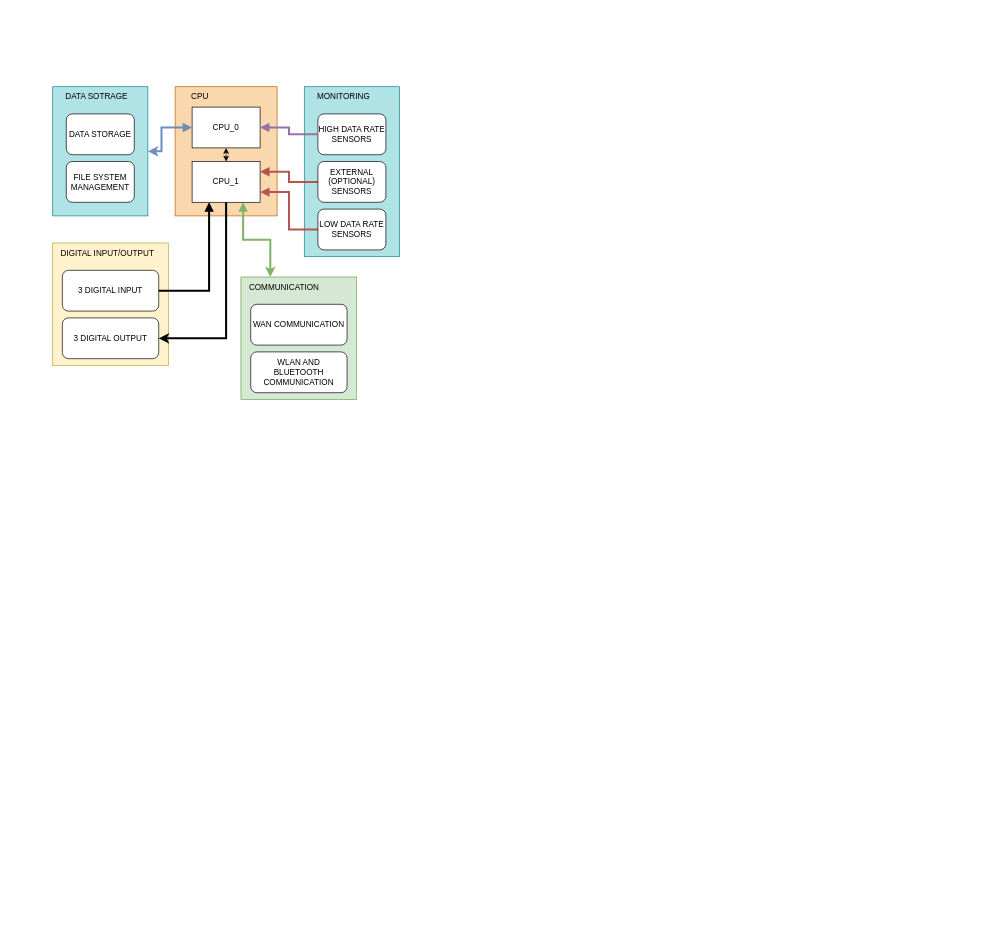
Earlier version of the draw.io diagram Untitled Diagram.drawio (mehranMoslemi/mehranMoslemi). Source tidied: cells renumbered, new cells numbered last; positions are measured from the earlier drawing's top-left corner, leaving out a move shared by most shapes. Both pictures are drawn from the tidied source at 68%, with x=0, y=0 at pixel (52, 86). Pictures stored in the file or linked from it are replaced by grey dashed boxes.
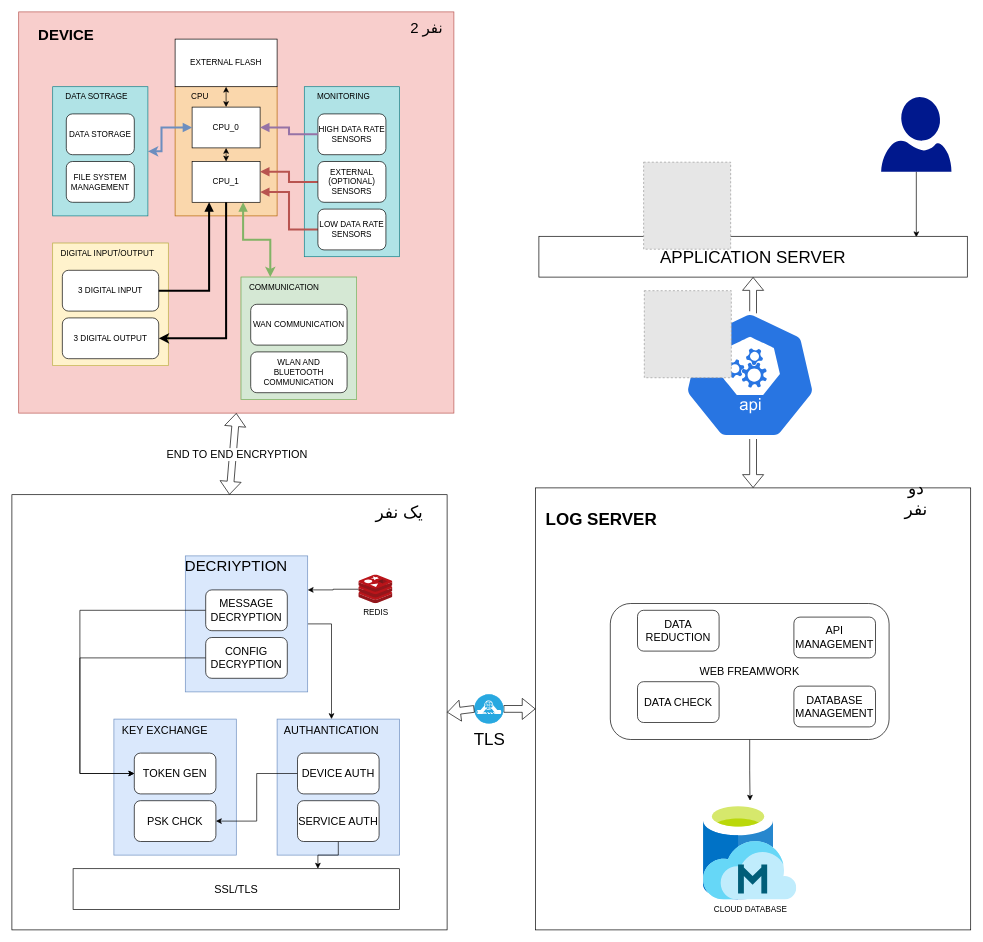
The same diagram, later.

Unchanged cells that the change refers to:
```xml
<mxCell id="10" value="CPU_0" style="rounded=0;whiteSpace=wrap;html=1;" parent="1" vertex="1">
  <mxGeometry x="205" y="30" width="100" height="60" as="geometry" />
</mxCell>
```

Diff of the diagram source:
```diff
@@
+    <mxCell id="35" style="whiteSpace=wrap;html=1;fontSize=16;" parent="1" vertex="1">
+      <mxGeometry x="-60" y="600" width="640" height="640" as="geometry" />
+    </mxCell>
+    <mxCell id="36" style="rounded=0;whiteSpace=wrap;html=1;fontSize=22;fillColor=#dae8fc;strokeColor=#6c8ebf;" parent="1" vertex="1">
+      <mxGeometry x="90" y="930" width="180" height="200" as="geometry" />
+    </mxCell>
+    <mxCell id="37" style="rounded=0;whiteSpace=wrap;html=1;fillColor=#f8cecc;strokeColor=#b85450;" parent="1" vertex="1">
+      <mxGeometry x="-50" y="-110" width="640" height="590" as="geometry" />
+    </mxCell>
@@
+    <mxCell id="38" value="EXTERNAL FLASH" style="rounded=0;whiteSpace=wrap;html=1;" parent="1" vertex="1">
+      <mxGeometry x="180" y="-70" width="150" height="70" as="geometry" />
+    </mxCell>
+    <mxCell id="39" style="endArrow=classic;startArrow=classic;html=1;rounded=0;" parent="1" edge="1" source="10" target="38">
+      <mxGeometry relative="1" as="geometry" />
+    </mxCell>
+    <mxCell id="40" value="&lt;font style=&quot;font-size: 22px;&quot;&gt;&lt;b&gt;DEVICE&lt;/b&gt;&lt;/font&gt;" style="text;html=1;strokeColor=none;fillColor=none;align=center;verticalAlign=middle;whiteSpace=wrap;rounded=0;" parent="1" vertex="1">
+      <mxGeometry x="-10" y="-90" width="60" height="30" as="geometry" />
+    </mxCell>
+    <mxCell id="41" value="2 نفر" style="text;html=1;strokeColor=none;fillColor=none;align=center;verticalAlign=middle;whiteSpace=wrap;rounded=0;fontSize=22;" parent="1" vertex="1">
+      <mxGeometry x="520" y="-100" width="60" height="30" as="geometry" />
+    </mxCell>
+    <mxCell id="42" style="rounded=0;whiteSpace=wrap;html=1;fontSize=22;fillColor=#dae8fc;strokeColor=#6c8ebf;" parent="1" vertex="1">
+      <mxGeometry x="330" y="930" width="180" height="200" as="geometry" />
+    </mxCell>
+    <mxCell id="43" value="&lt;font style=&quot;font-size: 16px;&quot;&gt;AUTHANTICATION&lt;/font&gt;" style="text;html=1;strokeColor=none;fillColor=none;align=center;verticalAlign=middle;whiteSpace=wrap;rounded=0;fontSize=22;" parent="1" vertex="1">
+      <mxGeometry x="380" y="930" width="60" height="30" as="geometry" />
+    </mxCell>
+    <mxCell id="44" style="edgeStyle=orthogonalEdgeStyle;rounded=0;jettySize=auto;html=1;entryX=1;entryY=0.5;entryDx=0;entryDy=0;fontSize=16;" parent="1" edge="1" source="45" target="50">
+      <mxGeometry relative="1" as="geometry" />
+    </mxCell>
+    <mxCell id="45" value="DEVICE AUTH" style="rounded=1;whiteSpace=wrap;html=1;fontSize=16;" parent="1" vertex="1">
+      <mxGeometry x="360" y="980" width="120" height="60" as="geometry" />
+    </mxCell>
+    <mxCell id="46" style="edgeStyle=orthogonalEdgeStyle;rounded=0;jettySize=auto;html=1;exitX=0.5;exitY=1;exitDx=0;exitDy=0;entryX=0.75;entryY=0;entryDx=0;entryDy=0;fontSize=16;" parent="1" edge="1" source="47" target="58">
+      <mxGeometry relative="1" as="geometry" />
+    </mxCell>
+    <mxCell id="47" value="SERVICE AUTH" style="rounded=1;whiteSpace=wrap;html=1;fontSize=16;" parent="1" vertex="1">
+      <mxGeometry x="360" y="1050" width="120" height="60" as="geometry" />
+    </mxCell>
+    <mxCell id="48" value="&lt;font style=&quot;font-size: 16px;&quot;&gt;KEY EXCHANGE&lt;br&gt;&lt;/font&gt;" style="text;html=1;strokeColor=none;fillColor=none;align=center;verticalAlign=middle;whiteSpace=wrap;rounded=0;fontSize=22;fontStyle=0;" parent="1" vertex="1">
+      <mxGeometry x="90" y="930" width="150" height="30" as="geometry" />
+    </mxCell>
+    <mxCell id="49" value="TOKEN GEN" style="rounded=1;whiteSpace=wrap;html=1;fontSize=16;" parent="1" vertex="1">
+      <mxGeometry x="120" y="980" width="120" height="60" as="geometry" />
+    </mxCell>
+    <mxCell id="50" value="PSK CHCK" style="rounded=1;whiteSpace=wrap;html=1;fontSize=16;" parent="1" vertex="1">
+      <mxGeometry x="120" y="1050" width="120" height="60" as="geometry" />
+    </mxCell>
+    <mxCell id="51" style="edgeStyle=orthogonalEdgeStyle;rounded=0;jettySize=auto;html=1;fontSize=16;" parent="1" edge="1" source="52" target="43">
+      <mxGeometry relative="1" as="geometry" />
+    </mxCell>
+    <mxCell id="52" style="rounded=0;whiteSpace=wrap;html=1;fontSize=22;fillColor=#dae8fc;strokeColor=#6c8ebf;" parent="1" vertex="1">
+      <mxGeometry x="195" y="690" width="180" height="200" as="geometry" />
+    </mxCell>
+    <mxCell id="53" value="DECRIYPTION&lt;font style=&quot;font-size: 16px;&quot;&gt;&lt;br&gt;&lt;/font&gt;" style="text;html=1;strokeColor=none;fillColor=none;align=center;verticalAlign=middle;whiteSpace=wrap;rounded=0;fontSize=22;fontStyle=0;" parent="1" vertex="1">
+      <mxGeometry x="195" y="690" width="150" height="30" as="geometry" />
+    </mxCell>
+    <mxCell id="54" style="edgeStyle=orthogonalEdgeStyle;rounded=0;jettySize=auto;html=1;entryX=0;entryY=0.5;entryDx=0;entryDy=0;fontSize=16;" parent="1" edge="1" source="55" target="49">
+      <mxGeometry relative="1" as="geometry">
+        <Array as="points">
+          <mxPoint x="40" y="770" />
+          <mxPoint x="40" y="1010" />
+        </Array>
+      </mxGeometry>
+    </mxCell>
+    <mxCell id="55" value="MESSAGE DECRYPTION" style="rounded=1;whiteSpace=wrap;html=1;fontSize=16;" parent="1" vertex="1">
+      <mxGeometry x="225" y="740" width="120" height="60" as="geometry" />
+    </mxCell>
+    <mxCell id="56" style="edgeStyle=orthogonalEdgeStyle;rounded=0;jettySize=auto;html=1;fontSize=16;" parent="1" edge="1" source="57">
+      <mxGeometry relative="1" as="geometry">
+        <mxPoint x="120" y="1010" as="targetPoint" />
+        <Array as="points">
+          <mxPoint x="40" y="840" />
+          <mxPoint x="40" y="1010" />
+        </Array>
+      </mxGeometry>
+    </mxCell>
+    <mxCell id="57" value="CONFIG DECRYPTION" style="rounded=1;whiteSpace=wrap;html=1;fontSize=16;" parent="1" vertex="1">
+      <mxGeometry x="225" y="810" width="120" height="60" as="geometry" />
+    </mxCell>
+    <mxCell id="58" value="SSL/TLS" style="rounded=0;whiteSpace=wrap;html=1;fontSize=16;" parent="1" vertex="1">
+      <mxGeometry x="30" y="1150" width="480" height="60" as="geometry" />
+    </mxCell>
+    <mxCell id="59" style="shape=flexArrow;endArrow=classic;startArrow=classic;html=1;rounded=0;fontSize=16;entryX=0.5;entryY=1;entryDx=0;entryDy=0;exitX=0.5;exitY=0;exitDx=0;exitDy=0;" parent="1" edge="1" source="35" target="37">
+      <mxGeometry relative="1" as="geometry" />
+    </mxCell>
+    <mxCell id="60" value="&lt;div&gt;END TO END ENCRYPTION&lt;/div&gt;" style="edgeLabel;html=1;align=center;verticalAlign=middle;fontSize=16;" parent="59" vertex="1">
+      <mxGeometry x="-0.19" y="-2" relative="1" as="geometry">
+        <mxPoint x="4" y="-11" as="offset" />
+      </mxGeometry>
+    </mxCell>
+    <mxCell id="61" value="یک نفر" style="text;html=1;strokeColor=none;fillColor=none;align=center;verticalAlign=middle;whiteSpace=wrap;rounded=0;fontSize=25;" parent="1" vertex="1">
+      <mxGeometry x="450" y="610" width="120" height="30" as="geometry" />
+    </mxCell>
+    <mxCell id="62" style="rounded=0;whiteSpace=wrap;html=1;fontSize=16;" parent="1" vertex="1">
+      <mxGeometry x="710" y="590" width="640" height="650" as="geometry" />
+    </mxCell>
+    <mxCell id="63" style="edgeStyle=orthogonalEdgeStyle;rounded=0;jettySize=auto;html=1;fontSize=16;" parent="1" edge="1" source="64" target="69">
+      <mxGeometry relative="1" as="geometry" />
+    </mxCell>
+    <mxCell id="64" value="WEB FREAMWORK" style="rounded=1;whiteSpace=wrap;html=1;fontSize=16;" parent="1" vertex="1">
+      <mxGeometry x="820" y="760" width="410" height="200" as="geometry" />
+    </mxCell>
+    <mxCell id="65" value="DATA CHECK" style="rounded=1;whiteSpace=wrap;html=1;fontSize=16;" parent="1" vertex="1">
+      <mxGeometry x="860" y="875" width="120" height="60" as="geometry" />
+    </mxCell>
+    <mxCell id="66" value="DATA REDUCTION" style="rounded=1;whiteSpace=wrap;html=1;fontSize=16;" parent="1" vertex="1">
+      <mxGeometry x="860" y="770" width="120" height="60" as="geometry" />
+    </mxCell>
+    <mxCell id="67" value="API MANAGEMENT" style="rounded=1;whiteSpace=wrap;html=1;fontSize=16;" parent="1" vertex="1">
+      <mxGeometry x="1090" y="780" width="120" height="60" as="geometry" />
+    </mxCell>
+    <mxCell id="68" value="DATABASE MANAGEMENT" style="rounded=1;whiteSpace=wrap;html=1;fontSize=16;" parent="1" vertex="1">
+      <mxGeometry x="1090" y="881.5" width="120" height="60" as="geometry" />
+    </mxCell>
+    <mxCell id="69" value="&lt;div&gt;CLOUD DATABASE&lt;/div&gt;&lt;div&gt;&lt;br&gt;&lt;/div&gt;" style="sketch=0;html=1;points=[];align=center;image;fontSize=12;image=img/lib/mscae/Managed_Databases.svg;" parent="1" vertex="1">
+      <mxGeometry x="957" y="1050" width="137" height="145.7" as="geometry" />
+    </mxCell>
+    <mxCell id="70" style="edgeStyle=orthogonalEdgeStyle;rounded=0;jettySize=auto;html=1;entryX=1;entryY=0.25;entryDx=0;entryDy=0;fontSize=16;" parent="1" edge="1" source="71" target="52">
+      <mxGeometry relative="1" as="geometry" />
+    </mxCell>
+    <mxCell id="71" value="REDIS" style="sketch=0;html=1;points=[];align=center;image;fontSize=12;image=img/lib/mscae/Cache_Redis_Product.svg;" parent="1" vertex="1">
+      <mxGeometry x="450" y="718" width="50" height="42" as="geometry" />
+    </mxCell>
+    <mxCell id="72" value="&lt;b&gt;&lt;font style=&quot;font-size: 25px;&quot;&gt;LOG SERVER&lt;br&gt;&lt;/font&gt;&lt;/b&gt;" style="text;html=1;strokeColor=none;fillColor=none;align=center;verticalAlign=middle;whiteSpace=wrap;rounded=0;fontSize=16;" parent="1" vertex="1">
+      <mxGeometry x="641.5" y="620" width="330" height="30" as="geometry" />
+    </mxCell>
+    <mxCell id="73" style="shape=flexArrow;endArrow=classic;startArrow=none;html=1;rounded=0;fontSize=25;entryX=0;entryY=0.5;entryDx=0;entryDy=0;exitX=1;exitY=0.5;exitDx=0;exitDy=0;" parent="1" edge="1" source="74" target="62">
+      <mxGeometry relative="1" as="geometry" />
+    </mxCell>
+    <mxCell id="74" value="TLS" style="fillColor=#28A8E0;verticalLabelPosition=bottom;sketch=0;html=1;strokeColor=#ffffff;verticalAlign=top;align=center;points=[[0.145,0.145,0],[0.5,0,0],[0.855,0.145,0],[1,0.5,0],[0.855,0.855,0],[0.5,1,0],[0.145,0.855,0],[0,0.5,0]];shape=mxgraph.cisco_safe.compositeIcon;bgIcon=ellipse;resIcon=mxgraph.cisco_safe.capability.ssl_tls_offload;fontSize=25;" parent="1" vertex="1">
+      <mxGeometry x="620" y="893.5" width="43" height="43" as="geometry" />
+    </mxCell>
+    <mxCell id="75" style="shape=flexArrow;endArrow=none;startArrow=classic;html=1;rounded=0;fontSize=25;entryX=0;entryY=0.5;entryDx=0;entryDy=0;exitX=1;exitY=0.5;exitDx=0;exitDy=0;" parent="1" edge="1" source="35" target="74">
+      <mxGeometry relative="1" as="geometry" />
+    </mxCell>
+    <mxCell id="76" value="دو نفر" style="text;html=1;strokeColor=none;fillColor=none;align=center;verticalAlign=middle;whiteSpace=wrap;rounded=0;fontSize=25;" parent="1" vertex="1">
+      <mxGeometry x="1240" y="590" width="60" height="30" as="geometry" />
+    </mxCell>
+    <mxCell id="77" style="edgeStyle=orthogonalEdgeStyle;rounded=0;jettySize=auto;html=1;entryX=0.881;entryY=0.024;entryDx=0;entryDy=0;entryPerimeter=0;fontSize=25;" parent="1" edge="1" source="78" target="79">
+      <mxGeometry relative="1" as="geometry" />
+    </mxCell>
+    <mxCell id="78" style="sketch=0;shadow=0;dashed=0;html=1;strokeColor=none;labelPosition=center;verticalLabelPosition=bottom;verticalAlign=top;align=center;fillColor=#00188D;shape=mxgraph.azure.user;fontSize=25;" parent="1" vertex="1">
+      <mxGeometry x="1218.3" y="15" width="103.4" height="110" as="geometry" />
+    </mxCell>
+    <mxCell id="79" value="APPLICATION SERVER" style="rounded=0;whiteSpace=wrap;html=1;fontSize=25;" parent="1" vertex="1">
+      <mxGeometry x="715" y="220" width="630" height="60" as="geometry" />
+    </mxCell>
+    <mxCell id="80" style="shape=flexArrow;endArrow=classic;startArrow=classic;html=1;rounded=0;fontSize=25;entryX=0.5;entryY=1;entryDx=0;entryDy=0;exitX=0.5;exitY=0;exitDx=0;exitDy=0;" parent="1" edge="1" source="62" target="79">
+      <mxGeometry relative="1" as="geometry" />
+    </mxCell>
+    <mxCell id="81" style="sketch=0;html=1;dashed=0;whitespace=wrap;fillColor=#2875E2;strokeColor=#ffffff;shape=mxgraph.kubernetes.icon;prIcon=api;fontSize=25;" parent="1" vertex="1">
+      <mxGeometry x="780" y="330" width="491" height="188" as="geometry" />
+    </mxCell>
+    <mxCell id="82" style="fillColor=#E6E6E6;strokeColor=#999999;dashed=1;html=1;verticalAlign=top;verticalLabelPosition=bottom;labelBackgroundColor=#ffffff;fontSize=25;" parent="1" vertex="1">
+      <mxGeometry x="870" y="300" width="128" height="128" as="geometry" />
+    </mxCell>
+    <mxCell id="83" style="fillColor=#E6E6E6;strokeColor=#999999;dashed=1;html=1;verticalAlign=top;verticalLabelPosition=bottom;labelBackgroundColor=#ffffff;fontSize=25;" parent="1" vertex="1">
+      <mxGeometry x="869" y="111" width="128" height="128" as="geometry" />
+    </mxCell>
```
